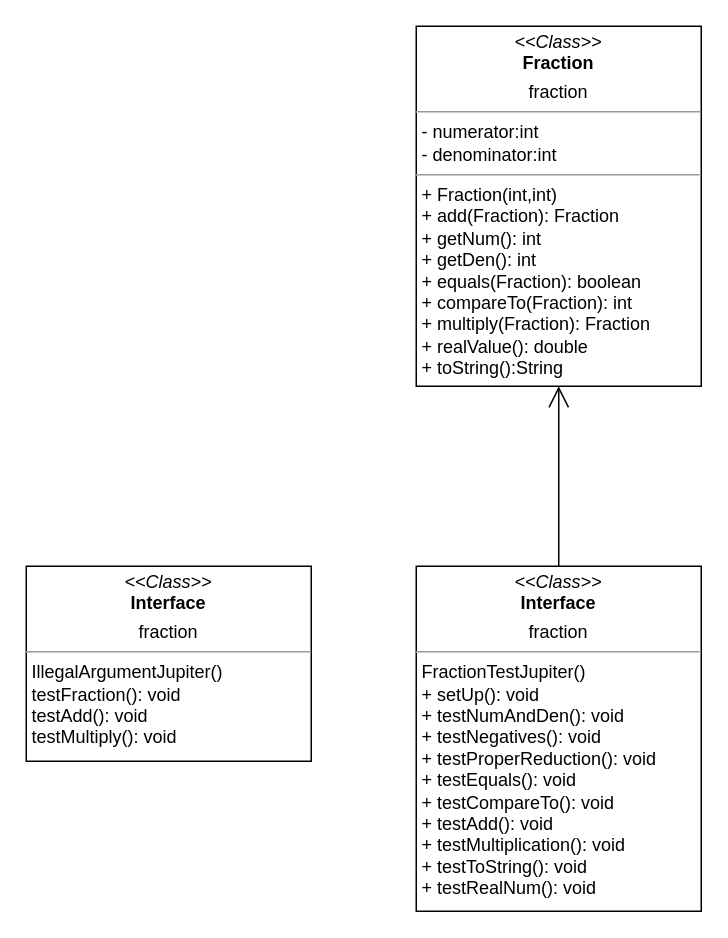
Before: JUnitFraction_UML.drawio in Roberto-05/JUnitFinalProject, a draw.io diagram. Source tidied: cells renumbered, new cells numbered last; positions are measured from the earlier drawing's top-left corner, leaving out a move shared by most shapes. Both pictures are drawn from the tidied source at 150%, with x=0, y=0 at pixel (26, 26).
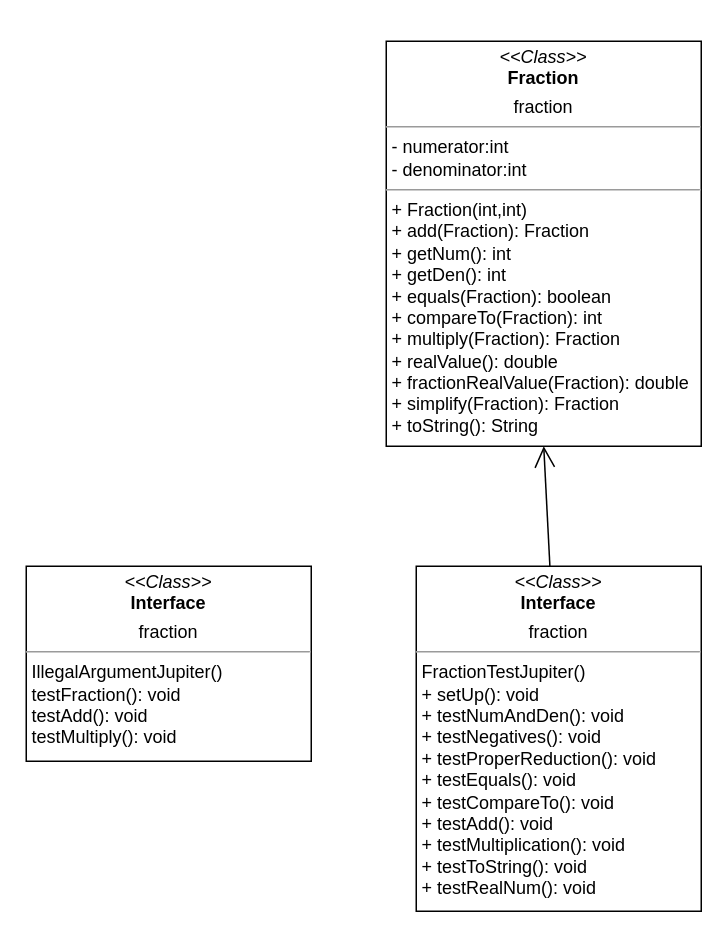
The same diagram, later.

Commit message:
Updated draw.io UML diagram

What changed in the source:
```diff
@@
 <mxGraphModel>
   <root>
     <mxCell id="0" />
     <mxCell id="1" parent="0" />
     <mxCell id="2" value="&lt;p style=&quot;margin: 0px ; margin-top: 4px ; text-align: center&quot;&gt;&lt;i&gt;&amp;lt;&amp;lt;Class&amp;gt;&amp;gt;&lt;/i&gt;&lt;br&gt;&lt;b&gt;Interface&lt;/b&gt;&lt;/p&gt;&lt;p style=&quot;margin: 0px ; margin-top: 4px ; text-align: center&quot;&gt;fraction&lt;br&gt;&lt;/p&gt;&lt;hr size=&quot;1&quot;&gt;&lt;p style=&quot;margin: 0px ; margin-left: 4px&quot;&gt;IllegalArgumentJupiter()&lt;/p&gt;&lt;p style=&quot;margin: 0px ; margin-left: 4px&quot;&gt;testFraction(): void&lt;/p&gt;&lt;p style=&quot;margin: 0px ; margin-left: 4px&quot;&gt;testAdd(): void&lt;/p&gt;&lt;p style=&quot;margin: 0px ; margin-left: 4px&quot;&gt;testMultiply(): void&lt;br&gt;&lt;/p&gt;" style="verticalAlign=top;align=left;overflow=fill;fontSize=12;fontFamily=Helvetica;html=1;" parent="1" vertex="1">
       <mxGeometry y="360" width="190" height="130" as="geometry" />
     </mxCell>
     <mxCell id="3" value="&lt;p style=&quot;margin: 0px ; margin-top: 4px ; text-align: center&quot;&gt;&lt;i&gt;&amp;lt;&amp;lt;Class&amp;gt;&amp;gt;&lt;/i&gt;&lt;br&gt;&lt;b&gt;Interface&lt;/b&gt;&lt;/p&gt;&lt;p style=&quot;margin: 0px ; margin-top: 4px ; text-align: center&quot;&gt;fraction&lt;br&gt;&lt;b&gt;&lt;/b&gt;&lt;/p&gt;&lt;hr size=&quot;1&quot;&gt;&lt;p style=&quot;margin: 0px ; margin-left: 4px&quot;&gt;FractionTestJupiter()&lt;br&gt;&lt;/p&gt;&lt;p style=&quot;margin: 0px ; margin-left: 4px&quot;&gt;+ setUp(): void&lt;/p&gt;&lt;p style=&quot;margin: 0px ; margin-left: 4px&quot;&gt;+ testNumAndDen(): void&lt;/p&gt;&lt;p style=&quot;margin: 0px ; margin-left: 4px&quot;&gt;+ testNegatives(): void&lt;/p&gt;&lt;p style=&quot;margin: 0px ; margin-left: 4px&quot;&gt;+ testProperReduction(): void&lt;/p&gt;&lt;p style=&quot;margin: 0px ; margin-left: 4px&quot;&gt;+ testEquals(): void&lt;/p&gt;&lt;p style=&quot;margin: 0px ; margin-left: 4px&quot;&gt;+ testCompareTo(): void&lt;/p&gt;&lt;p style=&quot;margin: 0px ; margin-left: 4px&quot;&gt;+ testAdd(): void&lt;/p&gt;&lt;p style=&quot;margin: 0px ; margin-left: 4px&quot;&gt;+ testMultiplication(): void&lt;/p&gt;&lt;p style=&quot;margin: 0px ; margin-left: 4px&quot;&gt;+ testToString(): void&lt;/p&gt;&lt;p style=&quot;margin: 0px ; margin-left: 4px&quot;&gt;+ testRealNum(): void&lt;br&gt;&lt;/p&gt;" style="verticalAlign=top;align=left;overflow=fill;fontSize=12;fontFamily=Helvetica;html=1;" parent="1" vertex="1">
       <mxGeometry x="260" y="360" width="190" height="230" as="geometry" />
     </mxCell>
-    <mxCell id="4" value="&lt;p style=&quot;margin: 0px ; margin-top: 4px ; text-align: center&quot;&gt;&lt;i&gt;&amp;lt;&amp;lt;Class&amp;gt;&amp;gt;&lt;/i&gt;&lt;br&gt;&lt;b&gt;Fraction&lt;/b&gt;&lt;/p&gt;&lt;p style=&quot;margin: 0px ; margin-top: 4px ; text-align: center&quot;&gt;fraction&lt;br&gt;&lt;b&gt;&lt;/b&gt;&lt;/p&gt;&lt;hr size=&quot;1&quot;&gt;&lt;p style=&quot;margin: 0px ; margin-left: 4px&quot;&gt;- numerator:int&lt;br&gt;- denominator:int&lt;br&gt;&lt;/p&gt;&lt;hr size=&quot;1&quot;&gt;&lt;p style=&quot;margin: 0px ; margin-left: 4px&quot;&gt;+ Fraction(int,int)&lt;br&gt;+ add(Fraction): Fraction&lt;/p&gt;&lt;p style=&quot;margin: 0px ; margin-left: 4px&quot;&gt;+ getNum(): int&lt;/p&gt;&lt;p style=&quot;margin: 0px ; margin-left: 4px&quot;&gt;+ getDen(): int&lt;/p&gt;&lt;p style=&quot;margin: 0px ; margin-left: 4px&quot;&gt;+ equals(Fraction): boolean&lt;/p&gt;&lt;p style=&quot;margin: 0px ; margin-left: 4px&quot;&gt;+ compareTo(Fraction): int&lt;/p&gt;&lt;p style=&quot;margin: 0px ; margin-left: 4px&quot;&gt;+ multiply(Fraction): Fraction&lt;/p&gt;&lt;p style=&quot;margin: 0px ; margin-left: 4px&quot;&gt;+ realValue(): double&lt;/p&gt;&lt;p style=&quot;margin: 0px ; margin-left: 4px&quot;&gt;+ toString():String&lt;br&gt;&lt;/p&gt;" style="verticalAlign=top;align=left;overflow=fill;fontSize=12;fontFamily=Helvetica;html=1;" parent="1" vertex="1">
-      <mxGeometry x="260" width="190" height="240" as="geometry" />
+    <mxCell id="4" value="&lt;p style=&quot;margin: 0px ; margin-top: 4px ; text-align: center&quot;&gt;&lt;i&gt;&amp;lt;&amp;lt;Class&amp;gt;&amp;gt;&lt;/i&gt;&lt;br&gt;&lt;b&gt;Fraction&lt;/b&gt;&lt;/p&gt;&lt;p style=&quot;margin: 0px ; margin-top: 4px ; text-align: center&quot;&gt;fraction&lt;br&gt;&lt;b&gt;&lt;/b&gt;&lt;/p&gt;&lt;hr size=&quot;1&quot;&gt;&lt;p style=&quot;margin: 0px ; margin-left: 4px&quot;&gt;- numerator:int&lt;br&gt;- denominator:int&lt;br&gt;&lt;/p&gt;&lt;hr size=&quot;1&quot;&gt;&lt;p style=&quot;margin: 0px ; margin-left: 4px&quot;&gt;+ Fraction(int,int)&lt;br&gt;+ add(Fraction): Fraction&lt;/p&gt;&lt;p style=&quot;margin: 0px ; margin-left: 4px&quot;&gt;+ getNum(): int&lt;/p&gt;&lt;p style=&quot;margin: 0px ; margin-left: 4px&quot;&gt;+ getDen(): int&lt;/p&gt;&lt;p style=&quot;margin: 0px ; margin-left: 4px&quot;&gt;+ equals(Fraction): boolean&lt;/p&gt;&lt;p style=&quot;margin: 0px ; margin-left: 4px&quot;&gt;+ compareTo(Fraction): int&lt;/p&gt;&lt;p style=&quot;margin: 0px ; margin-left: 4px&quot;&gt;+ multiply(Fraction): Fraction&lt;/p&gt;&lt;p style=&quot;margin: 0px ; margin-left: 4px&quot;&gt;+ realValue(): double&lt;/p&gt;&lt;p style=&quot;margin: 0px ; margin-left: 4px&quot;&gt;+ fractionRealValue(Fraction): double&lt;/p&gt;&lt;p style=&quot;margin: 0px ; margin-left: 4px&quot;&gt;+ simplify(Fraction): Fraction&lt;br&gt;&lt;/p&gt;&lt;p style=&quot;margin: 0px ; margin-left: 4px&quot;&gt;+ toString(): String&lt;br&gt;&lt;/p&gt;" style="verticalAlign=top;align=left;overflow=fill;fontSize=12;fontFamily=Helvetica;html=1;" parent="1" vertex="1">
+      <mxGeometry x="240" y="10" width="210" height="270" as="geometry" />
     </mxCell>
     <mxCell id="5" style="endArrow=open;endFill=1;endSize=12;html=1;entryX=0.5;entryY=1;entryDx=0;entryDy=0;" parent="1" edge="1" source="3" target="4">
       <mxGeometry relative="1" as="geometry" />
     </mxCell>
   </root>
 </mxGraphModel>
```
